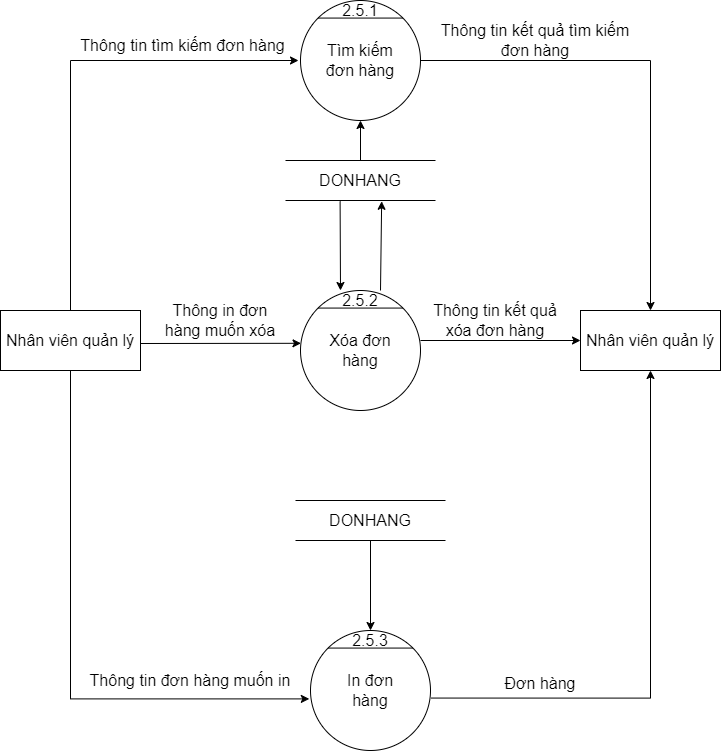
Before: BFD&DFD/BFD&DFD mức 0, 1, 2, 3/DFD_2_QLDH.png, a diagram exported from draw.io (hungtadasuke/CoffeShop_SoftwareTechnology). Source tidied: cells renumbered, new cells last; positions are measured from the earlier drawing's top-left corner, leaving out a move shared by most shapes.
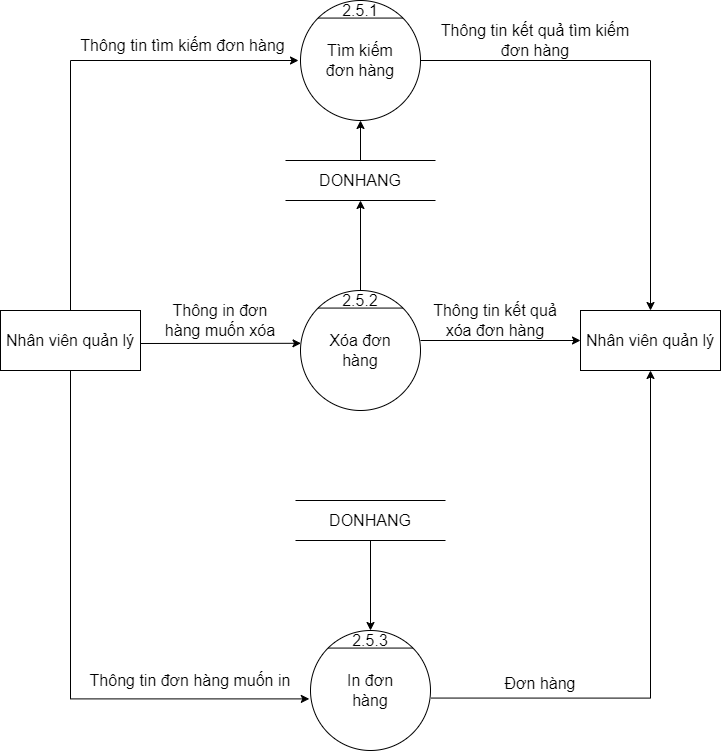
The same diagram one commit later.

The edit, as a diff of the source:
```diff
@@ -95,12 +95,9 @@
     <mxCell id="26" style="endArrow=classic;html=1;rounded=0;fontSize=16;entryX=0.5;entryY=1;entryDx=0;entryDy=0;exitX=0.5;exitY=0;exitDx=0;exitDy=0;" parent="1" edge="1" source="22" target="2">
       <mxGeometry relative="1" as="geometry" />
     </mxCell>
-    <mxCell id="27" style="endArrow=classic;html=1;rounded=0;fontSize=16;entryX=0.641;entryY=1.02;entryDx=0;entryDy=0;entryPerimeter=0;exitX=1;exitY=0;exitDx=0;exitDy=0;" parent="1" edge="1" source="14" target="22">
+    <mxCell id="27" style="endArrow=classic;html=1;rounded=0;fontSize=16;entryX=0.5;entryY=1;entryDx=0;entryDy=0;exitX=0.5;exitY=0;exitDx=0;exitDy=0;" parent="1" edge="1" source="14" target="22">
       <mxGeometry relative="1" as="geometry" />
     </mxCell>
-    <mxCell id="28" style="endArrow=classic;html=1;rounded=0;fontSize=16;exitX=0.364;exitY=1.02;exitDx=0;exitDy=0;exitPerimeter=0;entryX=0;entryY=0;entryDx=0;entryDy=0;" parent="1" edge="1" source="22" target="14">
-      <mxGeometry relative="1" as="geometry" />
-    </mxCell>
     <mxCell id="29" style="endArrow=classic;html=1;rounded=0;fontSize=16;entryX=0.5;entryY=0;entryDx=0;entryDy=0;exitX=0.5;exitY=1;exitDx=0;exitDy=0;" parent="1" edge="1" source="25" target="15">
       <mxGeometry relative="1" as="geometry" />
     </mxCell>
```
